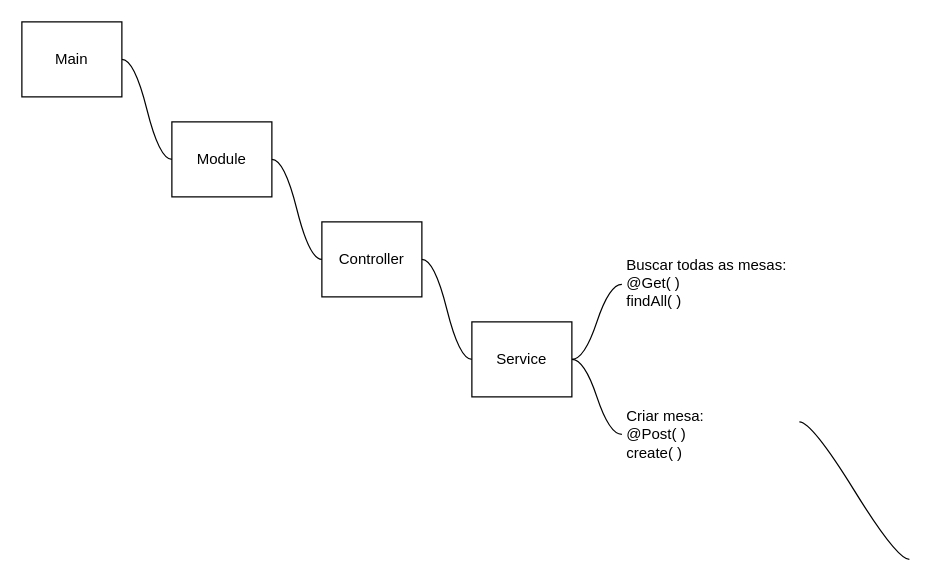
Above: page "Table" (1 of 3) of table.drawio in SandroXC/pizza-fresh-server (draw.io), before the change. Source tidied: cells renumbered, new cells numbered last; positions are measured from the earlier drawing's top-left corner, leaving out a move shared by most shapes. Both pictures are drawn from the tidied source at 125%, with x=0, y=0 at pixel (21, 21).
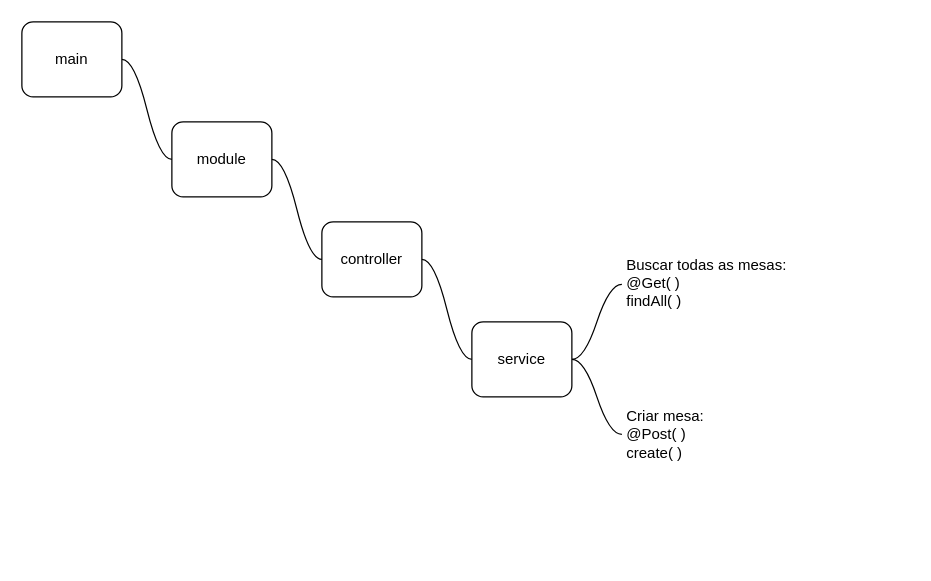
After the change.

Commit message (it also covers changes not shown here):
feat(table): implement create table endpoint

The edit, as a diff of the source:
```diff
@@
 <mxGraphModel>
   <root>
     <mxCell id="0" />
     <mxCell id="1" parent="0" />
-    <mxCell id="2" value="Module" style="rounded=0;whiteSpace=wrap;html=1;" parent="1" vertex="1">
+    <mxCell id="2" value="module" style="rounded=1;whiteSpace=wrap;html=1;" parent="1" vertex="1">
       <mxGeometry x="120" y="80" width="80" height="60" as="geometry" />
     </mxCell>
-    <mxCell id="3" value="Controller" style="rounded=0;whiteSpace=wrap;html=1;" parent="1" vertex="1">
+    <mxCell id="3" value="controller" style="rounded=1;whiteSpace=wrap;html=1;" parent="1" vertex="1">
       <mxGeometry x="240" y="160" width="80" height="60" as="geometry" />
     </mxCell>
     <mxCell id="4" style="edgeStyle=entityRelationEdgeStyle;startArrow=none;endArrow=none;segment=10;curved=1;sourcePerimeterSpacing=0;targetPerimeterSpacing=0;exitX=1;exitY=0.5;exitDx=0;exitDy=0;entryX=0;entryY=0.5;entryDx=0;entryDy=0;" parent="1" edge="1" source="2" target="3">
       <mxGeometry relative="1" as="geometry" />
     </mxCell>
     <mxCell id="5" style="edgeStyle=entityRelationEdgeStyle;startArrow=none;endArrow=none;segment=10;curved=1;sourcePerimeterSpacing=0;targetPerimeterSpacing=0;exitX=1;exitY=0.5;exitDx=0;exitDy=0;" parent="1" edge="1" source="11">
       <mxGeometry relative="1" as="geometry">
         <mxPoint x="480" y="210" as="targetPoint" />
       </mxGeometry>
     </mxCell>
     <mxCell id="6" style="edgeStyle=entityRelationEdgeStyle;startArrow=none;endArrow=none;segment=10;curved=1;sourcePerimeterSpacing=0;targetPerimeterSpacing=0;exitX=1;exitY=0.5;exitDx=0;exitDy=0;entryX=0;entryY=0.5;entryDx=0;entryDy=0;" parent="1" edge="1" source="9" target="2">
       <mxGeometry relative="1" as="geometry" />
     </mxCell>
     <mxCell id="7" style="edgeStyle=entityRelationEdgeStyle;startArrow=none;endArrow=none;segment=10;curved=1;sourcePerimeterSpacing=0;targetPerimeterSpacing=0;exitX=1;exitY=0.5;exitDx=0;exitDy=0;" parent="1" edge="1">
       <mxGeometry relative="1" as="geometry">
         <mxPoint x="440" y="270" as="sourcePoint" />
         <mxPoint x="480" y="330" as="targetPoint" />
       </mxGeometry>
     </mxCell>
     <mxCell id="8" value="Buscar todas as mesas:&lt;br&gt;@Get( )&lt;br&gt;findAll( )" style="text;html=1;strokeColor=none;fillColor=none;align=left;verticalAlign=middle;whiteSpace=wrap;rounded=0;" parent="1" vertex="1">
       <mxGeometry x="482" y="184" width="140" height="50" as="geometry" />
     </mxCell>
-    <mxCell id="9" value="Main" style="rounded=0;whiteSpace=wrap;html=1;" parent="1" vertex="1">
+    <mxCell id="9" value="main" style="rounded=1;whiteSpace=wrap;html=1;" parent="1" vertex="1">
       <mxGeometry width="80" height="60" as="geometry" />
     </mxCell>
     <mxCell id="10" style="edgeStyle=entityRelationEdgeStyle;startArrow=none;endArrow=none;segment=10;curved=1;sourcePerimeterSpacing=0;targetPerimeterSpacing=0;exitX=1;exitY=0.5;exitDx=0;exitDy=0;entryX=0;entryY=0.5;entryDx=0;entryDy=0;" parent="1" edge="1" target="11">
       <mxGeometry relative="1" as="geometry">
         <mxPoint x="320" y="190" as="sourcePoint" />
       </mxGeometry>
     </mxCell>
-    <mxCell id="11" value="Service" style="rounded=0;whiteSpace=wrap;html=1;" parent="1" vertex="1">
+    <mxCell id="11" value="service" style="rounded=1;whiteSpace=wrap;html=1;" parent="1" vertex="1">
       <mxGeometry x="360" y="240" width="80" height="60" as="geometry" />
     </mxCell>
     <mxCell id="12" value="Criar mesa:&lt;br&gt;@Post( )&lt;br&gt;create( )" style="text;html=1;strokeColor=none;fillColor=none;align=left;verticalAlign=middle;whiteSpace=wrap;rounded=0;" parent="1" vertex="1">
       <mxGeometry x="482" y="305" width="140" height="50" as="geometry" />
     </mxCell>
-    <mxCell id="13" style="edgeStyle=entityRelationEdgeStyle;startArrow=none;endArrow=none;segment=10;curved=1;sourcePerimeterSpacing=0;targetPerimeterSpacing=0;exitX=1;exitY=0.5;exitDx=0;exitDy=0;" parent="1" edge="1">
-      <mxGeometry relative="1" as="geometry">
-        <mxPoint x="622" y="320" as="sourcePoint" />
-        <mxPoint x="710" y="430" as="targetPoint" />
-      </mxGeometry>
-    </mxCell>
   </root>
 </mxGraphModel>
```
